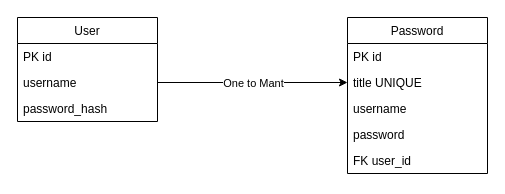
Aleff13/pypass keeps this draw.io diagram as db/relation.drawio. Above is the earlier version. Source tidied: cells renumbered, new cells numbered last; positions are measured from the earlier drawing's top-left corner, leaving out a move shared by most shapes. Both pictures are drawn from the tidied source at 100%, with x=0, y=0 at pixel (17, 17).
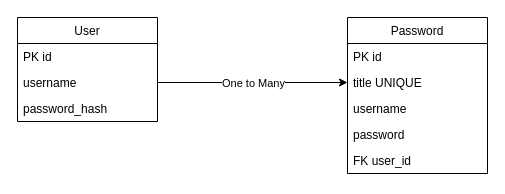
Above is the later version.

Commit message:
chore: update relation label

The edit, as a diff of the source:
```diff
@@
 <mxGraphModel>
   <root>
     <mxCell id="0" />
     <mxCell id="1" parent="0" />
     <mxCell id="2" value="User" style="swimlane;fontStyle=0;horizontal=1;startSize=26;fillColor=none;" parent="1" vertex="1">
       <mxGeometry width="140" height="104" as="geometry" />
     </mxCell>
     <mxCell id="3" value="PK id" style="text;strokeColor=none;fillColor=none;align=left;verticalAlign=top;spacingLeft=4;spacingRight=4;overflow=hidden;" parent="2" vertex="1">
       <mxGeometry y="26" width="140" height="26" as="geometry" />
     </mxCell>
     <mxCell id="4" value="username" style="text;strokeColor=none;fillColor=none;align=left;verticalAlign=top;spacingLeft=4;spacingRight=4;overflow=hidden;points=[[0,0.5],[1,0.5]];portConstraint=eastwest;" parent="2" vertex="1">
       <mxGeometry y="52" width="140" height="26" as="geometry" />
     </mxCell>
     <mxCell id="5" value="password_hash" style="text;strokeColor=none;fillColor=none;align=left;verticalAlign=top;spacingLeft=4;spacingRight=4;overflow=hidden;" parent="2" vertex="1">
       <mxGeometry y="78" width="140" height="26" as="geometry" />
     </mxCell>
     <mxCell id="6" value="Password" style="swimlane;fontStyle=0;horizontal=1;startSize=26;fillColor=none;" parent="1" vertex="1">
       <mxGeometry x="330" width="140" height="156" as="geometry" />
     </mxCell>
     <mxCell id="7" value="PK id" style="text;strokeColor=none;fillColor=none;align=left;verticalAlign=top;spacingLeft=4;spacingRight=4;overflow=hidden;" parent="6" vertex="1">
       <mxGeometry y="26" width="140" height="26" as="geometry" />
     </mxCell>
     <mxCell id="8" value="title UNIQUE" style="text;strokeColor=none;fillColor=none;align=left;verticalAlign=top;spacingLeft=4;spacingRight=4;overflow=hidden;points=[[0,0.5],[1,0.5]];portConstraint=eastwest;" parent="6" vertex="1">
       <mxGeometry y="52" width="140" height="26" as="geometry" />
     </mxCell>
     <mxCell id="9" value="username" style="text;strokeColor=none;fillColor=none;align=left;verticalAlign=top;spacingLeft=4;spacingRight=4;overflow=hidden;" parent="6" vertex="1">
       <mxGeometry y="78" width="140" height="26" as="geometry" />
     </mxCell>
     <mxCell id="10" value="password" style="text;strokeColor=none;fillColor=none;align=left;verticalAlign=top;spacingLeft=4;spacingRight=4;overflow=hidden;" parent="6" vertex="1">
       <mxGeometry y="104" width="140" height="26" as="geometry" />
     </mxCell>
     <mxCell id="11" value="FK user_id" style="text;strokeColor=none;fillColor=none;align=left;verticalAlign=top;spacingLeft=4;spacingRight=4;overflow=hidden;" parent="6" vertex="1">
       <mxGeometry y="130" width="140" height="26" as="geometry" />
     </mxCell>
     <mxCell id="12" style="endArrow=classic;html=1;exitX=1;exitY=0.5;exitDx=0;exitDy=0;entryX=0;entryY=0.5;entryDx=0;entryDy=0;" parent="1" edge="1" source="4" target="8">
       <mxGeometry relative="1" as="geometry" />
     </mxCell>
-    <mxCell id="13" value="One to Mant" style="edgeLabel;html=1;align=center;verticalAlign=middle;" parent="12" vertex="1">
+    <mxCell id="13" value="One to Many" style="edgeLabel;html=1;align=center;verticalAlign=middle;" parent="12" vertex="1">
       <mxGeometry relative="1" as="geometry" />
     </mxCell>
   </root>
 </mxGraphModel>
```
